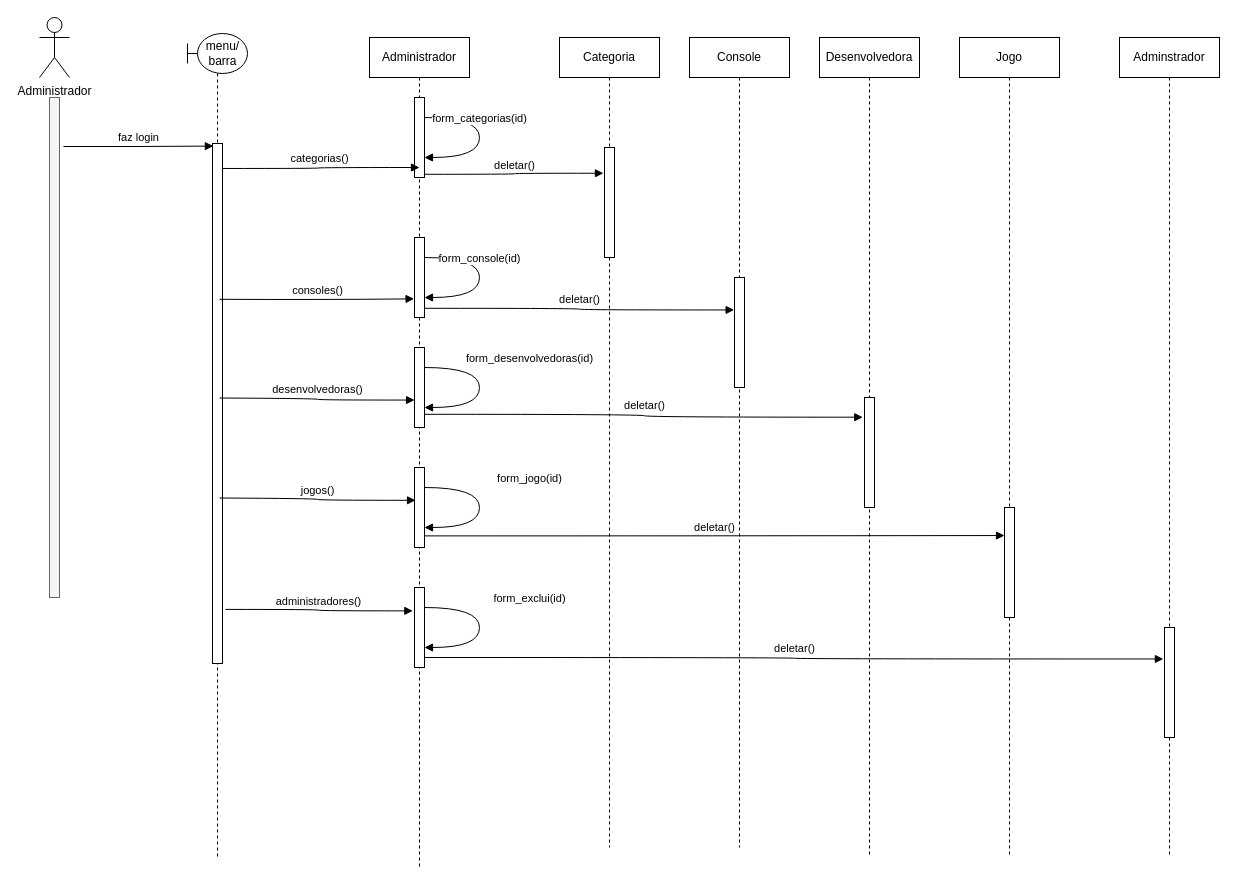
Above: page "Admin-deletar" (5 of 5) of docs/Diagramas/Diagrama-Sequência/Sequencia Usuario.drawio in joaopaulo7/GCC188-Projeto-Final (draw.io), before the change. Source tidied: cells renumbered, new cells numbered last; positions are measured from the earlier drawing's top-left corner, leaving out a move shared by most shapes. Both pictures are drawn from the tidied source at 100%, with x=0, y=0 at pixel (39, 17).
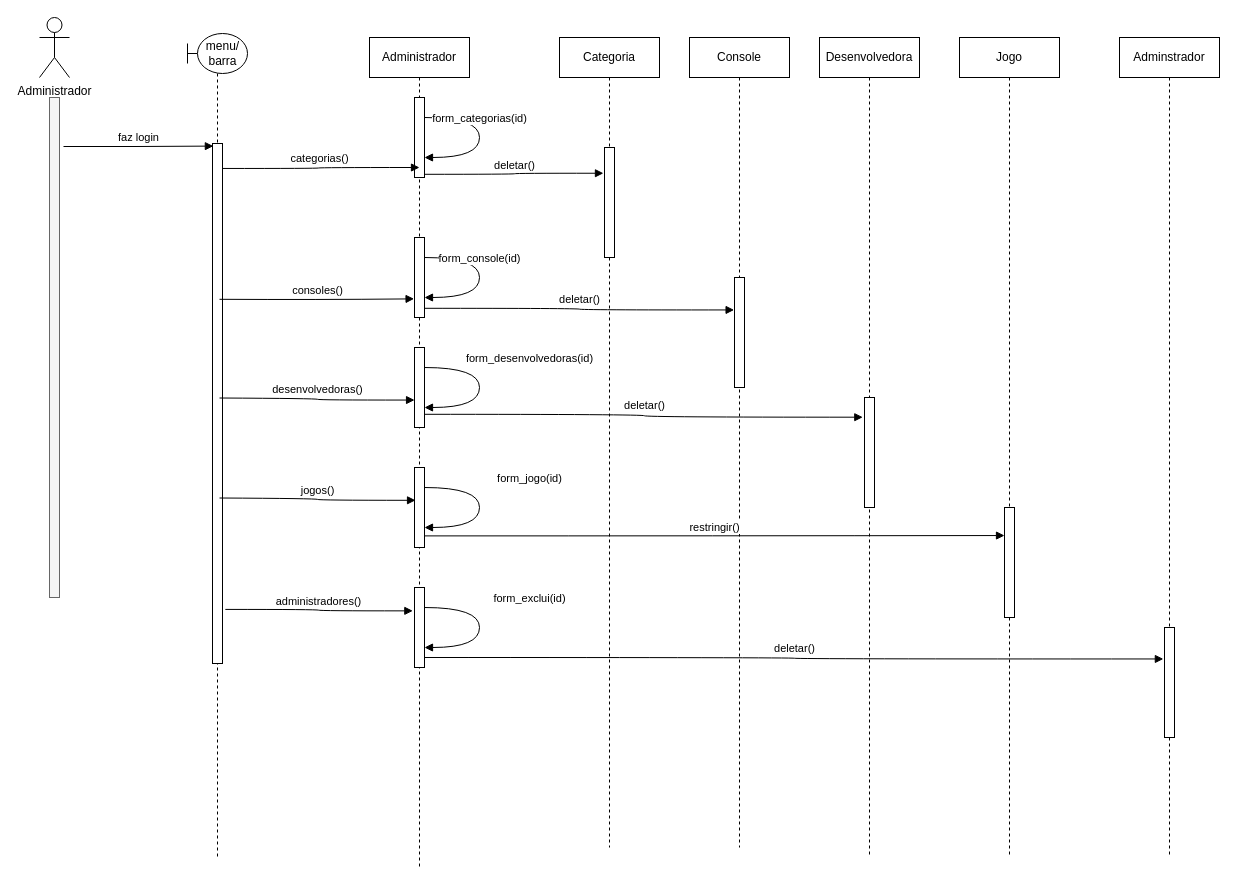
The same diagram, later.

Unchanged cells that the change refers to:
```xml
<mxCell id="12" style="html=1;points=[];perimeter=orthogonalPerimeter;" parent="11" vertex="1">
  <mxGeometry x="45" y="470" width="10" height="110" as="geometry" />
</mxCell>
<mxCell id="19" style="html=1;points=[];perimeter=orthogonalPerimeter;" parent="17" vertex="1">
  <mxGeometry x="45" y="430" width="10" height="80" as="geometry" />
</mxCell>
```

What changed in the source:
```diff
@@
-    <mxCell id="15" value="deletar()" style="html=1;verticalAlign=bottom;endArrow=block;edgeStyle=orthogonalEdgeStyle;curved=1;entryX=0;entryY=0.255;entryDx=0;entryDy=0;entryPerimeter=0;exitX=0.96;exitY=0.855;exitDx=0;exitDy=0;exitPerimeter=0;" parent="1" edge="1" source="19" target="12">
+    <mxCell id="15" value="restringir()" style="html=1;verticalAlign=bottom;endArrow=block;edgeStyle=orthogonalEdgeStyle;curved=1;entryX=0;entryY=0.255;entryDx=0;entryDy=0;entryPerimeter=0;exitX=0.96;exitY=0.855;exitDx=0;exitDy=0;exitPerimeter=0;" parent="1" edge="1" source="19" target="12">
       <mxGeometry relative="1" as="geometry" />
     </mxCell>
```
